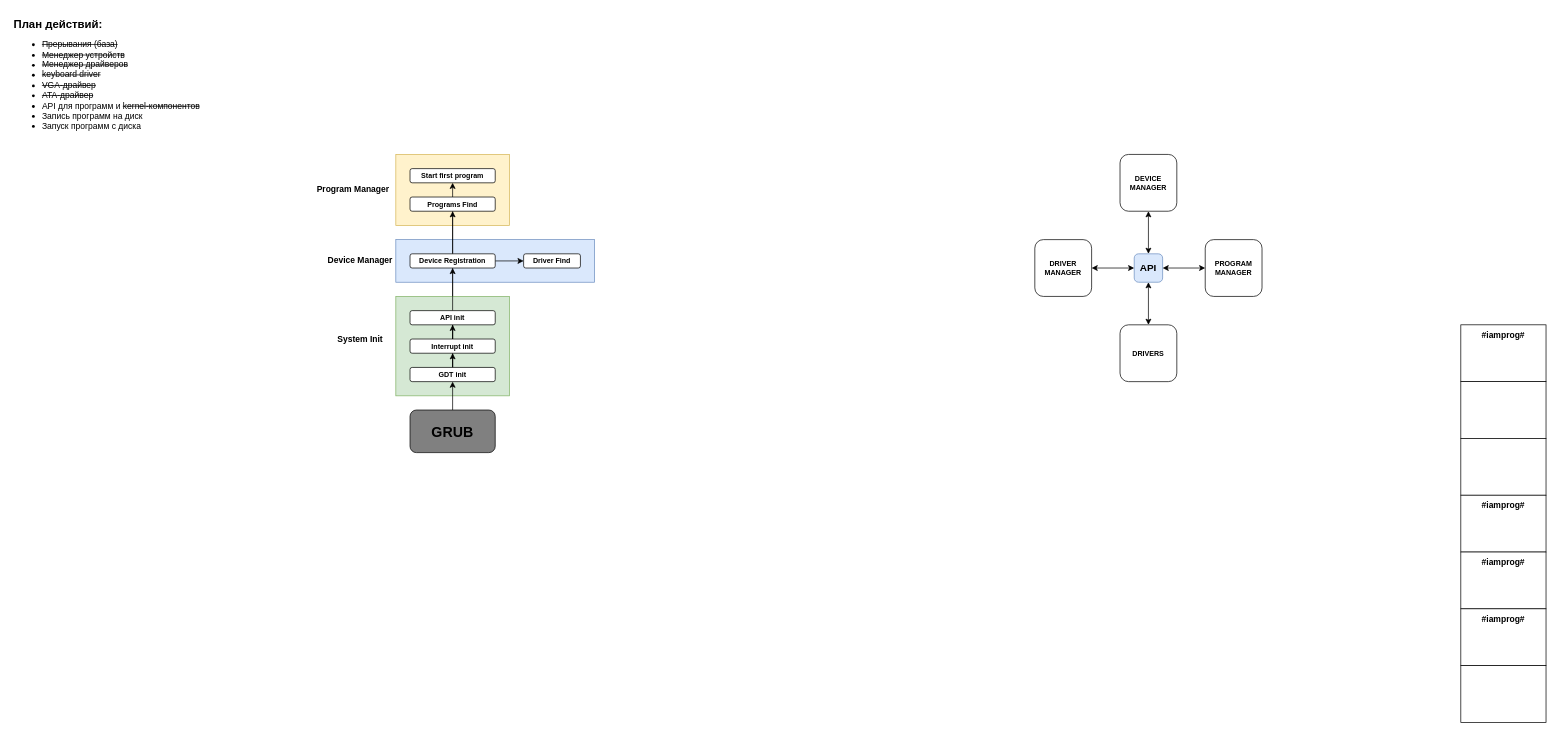
Above: page "Page-1" (1 of 2) of docs/arch.drawio in igmunv/ponos (draw.io), before the change. Source tidied: cells renumbered, new cells numbered last; positions are measured from the earlier drawing's top-left corner, leaving out a move shared by most shapes. Both pictures are drawn from the tidied source at 71%, with x=0, y=0 at pixel (12, 12).
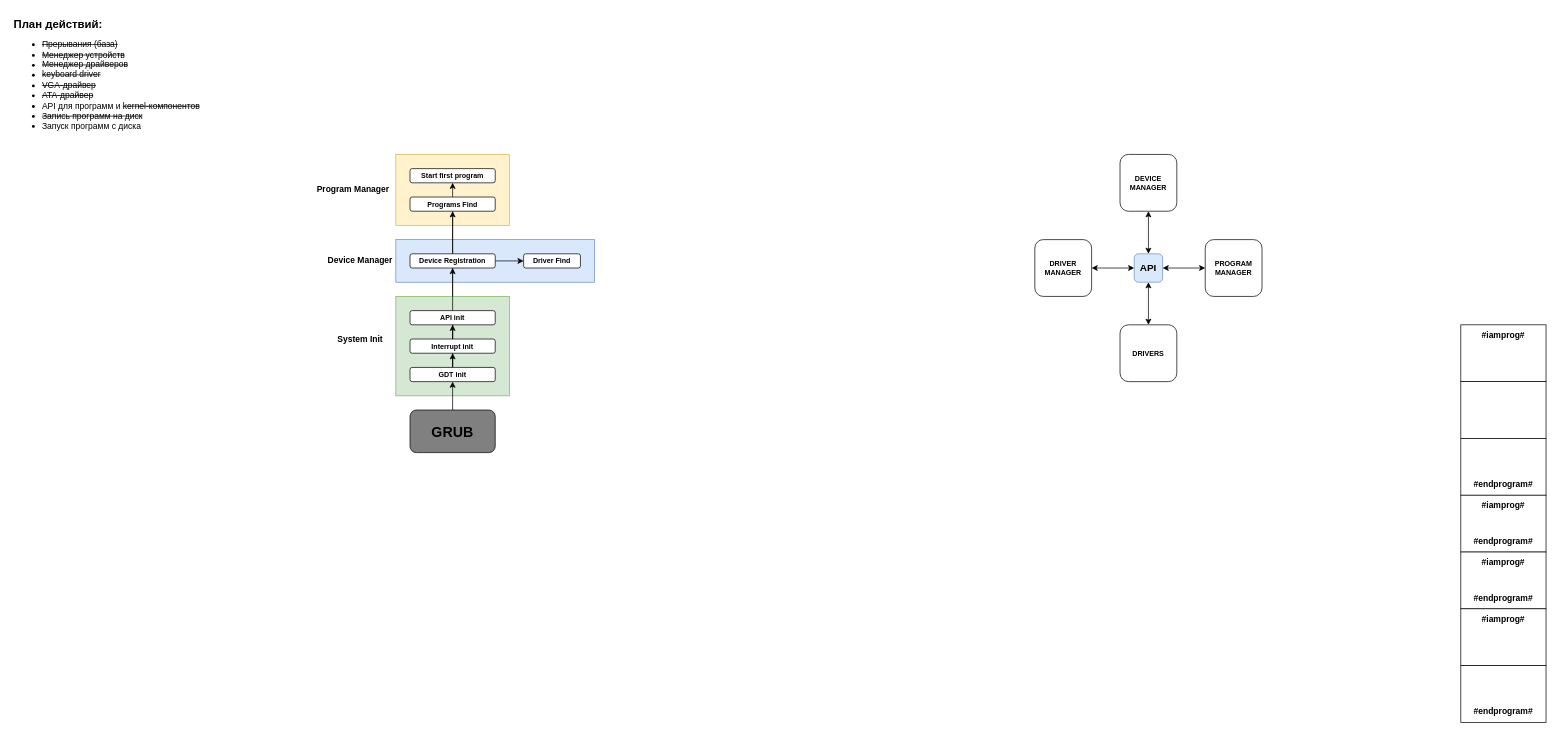
Above is the later version.

What changed in the source:
```diff
@@
-    <mxCell id="6" value="&lt;b&gt;&lt;font style=&quot;font-size: 16px;&quot;&gt;План действий:&lt;/font&gt;&lt;/b&gt;&lt;div&gt;&lt;ul&gt;&lt;li&gt;&lt;strike&gt;Прерывания (база)&lt;/strike&gt;&lt;/li&gt;&lt;li&gt;&lt;strike&gt;Менеджер устройств&lt;/strike&gt;&lt;/li&gt;&lt;li&gt;&lt;strike&gt;Менеджер драйверов&lt;/strike&gt;&lt;/li&gt;&lt;li&gt;&lt;strike&gt;keyboard driver&lt;/strike&gt;&lt;/li&gt;&lt;li&gt;&lt;strike&gt;VGA-драйвер&lt;/strike&gt;&lt;/li&gt;&lt;li&gt;&lt;strike&gt;ATA-драйвер&lt;/strike&gt;&lt;/li&gt;&lt;li&gt;&lt;span style=&quot;background-color: transparent; color: light-dark(rgb(0, 0, 0), rgb(255, 255, 255));&quot;&gt;API для программ и &lt;strike&gt;kernel-компонентов&lt;/strike&gt;&lt;/span&gt;&lt;/li&gt;&lt;li&gt;&lt;span style=&quot;background-color: transparent; color: light-dark(rgb(0, 0, 0), rgb(255, 255, 255));&quot;&gt;Запись программ на диск&lt;/span&gt;&lt;/li&gt;&lt;li&gt;Запуск программ с диска&lt;/li&gt;&lt;/ul&gt;&lt;/div&gt;" style="text;html=1;whiteSpace=wrap;strokeColor=none;fillColor=none;align=left;verticalAlign=top;rounded=0;" parent="1" vertex="1">
+    <mxCell id="6" value="&lt;b&gt;&lt;font style=&quot;font-size: 16px;&quot;&gt;План действий:&lt;/font&gt;&lt;/b&gt;&lt;div&gt;&lt;ul&gt;&lt;li&gt;&lt;strike&gt;Прерывания (база)&lt;/strike&gt;&lt;/li&gt;&lt;li&gt;&lt;strike&gt;Менеджер устройств&lt;/strike&gt;&lt;/li&gt;&lt;li&gt;&lt;strike&gt;Менеджер драйверов&lt;/strike&gt;&lt;/li&gt;&lt;li&gt;&lt;strike&gt;keyboard driver&lt;/strike&gt;&lt;/li&gt;&lt;li&gt;&lt;strike&gt;VGA-драйвер&lt;/strike&gt;&lt;/li&gt;&lt;li&gt;&lt;strike&gt;ATA-драйвер&lt;/strike&gt;&lt;/li&gt;&lt;li&gt;&lt;span style=&quot;background-color: transparent; color: light-dark(rgb(0, 0, 0), rgb(255, 255, 255));&quot;&gt;API для программ и &lt;strike&gt;kernel-компонентов&lt;/strike&gt;&lt;/span&gt;&lt;/li&gt;&lt;li&gt;&lt;span style=&quot;background-color: transparent; color: light-dark(rgb(0, 0, 0), rgb(255, 255, 255));&quot;&gt;&lt;strike&gt;Запись программ на диск&lt;/strike&gt;&lt;/span&gt;&lt;/li&gt;&lt;li&gt;Запуск программ с диска&lt;/li&gt;&lt;/ul&gt;&lt;/div&gt;" style="text;html=1;whiteSpace=wrap;strokeColor=none;fillColor=none;align=left;verticalAlign=top;rounded=0;" parent="1" vertex="1">
       <mxGeometry width="290" height="220" as="geometry" />
     </mxCell>
@@
+    <mxCell id="44" value="#endprogram#" style="text;html=1;whiteSpace=wrap;strokeColor=none;fillColor=none;align=center;verticalAlign=middle;rounded=0;fontStyle=1;" parent="1" vertex="1">
+      <mxGeometry x="2070" y="650" width="60" height="30" as="geometry" />
+    </mxCell>
+    <mxCell id="45" value="#endprogram#" style="text;html=1;whiteSpace=wrap;strokeColor=none;fillColor=none;align=center;verticalAlign=middle;rounded=0;fontStyle=1;" parent="1" vertex="1">
+      <mxGeometry x="2070" y="730" width="60" height="30" as="geometry" />
+    </mxCell>
+    <mxCell id="46" value="#endprogram#" style="text;html=1;whiteSpace=wrap;strokeColor=none;fillColor=none;align=center;verticalAlign=middle;rounded=0;fontStyle=1;" parent="1" vertex="1">
+      <mxGeometry x="2070" y="810" width="60" height="30" as="geometry" />
+    </mxCell>
+    <mxCell id="47" value="#endprogram#" style="text;html=1;whiteSpace=wrap;strokeColor=none;fillColor=none;align=center;verticalAlign=middle;rounded=0;fontStyle=1;" parent="1" vertex="1">
+      <mxGeometry x="2070" y="970" width="60" height="30" as="geometry" />
+    </mxCell>
```
